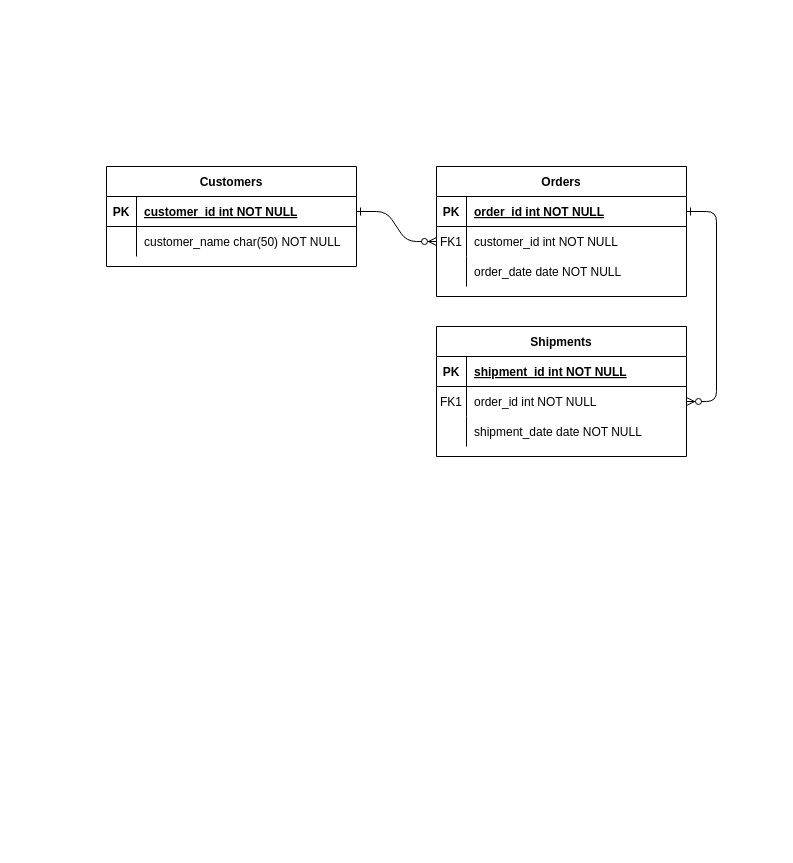
The draw.io diagram Untitled Diagram.drawio in aqilanwar/kindergarten, before the edit. Source tidied: cells renumbered, new cells numbered last; positions are measured from the earlier drawing's top-left corner, leaving out a move shared by most shapes. Both pictures are drawn from the tidied source at 100%, with x=0, y=0 at pixel (106, 166).
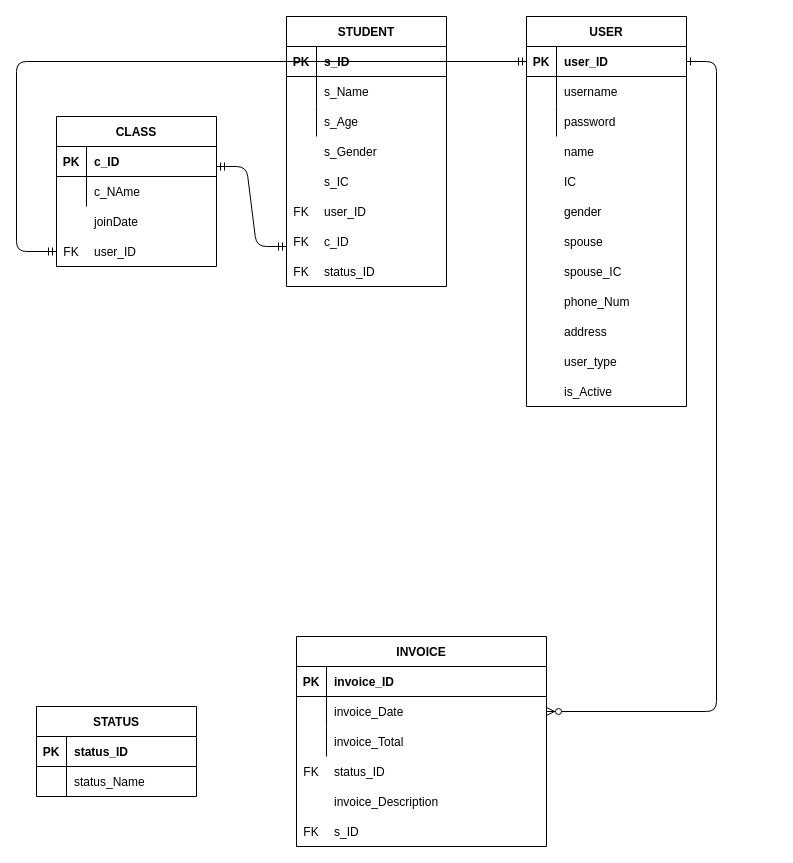
After the change.

The change refers to these unchanged cells:
```xml
<mxCell id="15" style="shape=partialRectangle;fillColor=none;top=0;left=0;right=0;bottom=1;" parent="14" vertex="1">
  <mxGeometry y="30" width="250" height="30" as="geometry" />
</mxCell>
<mxCell id="18" style="shape=partialRectangle;fillColor=none;points=[[0,0.5],[1,0.5]];portConstraint=eastwest;top=0;left=0;right=0;bottom=0;" parent="14" vertex="1">
  <mxGeometry y="60" width="250" height="30" as="geometry" />
</mxCell>
<mxCell id="21" style="shape=partialRectangle;fillColor=none;top=0;left=0;right=0;bottom=0;" parent="14" vertex="1">
  <mxGeometry y="90" width="250" height="30" as="geometry" />
</mxCell>
```

The edit, as a diff of the source:
```diff
@@
-    <mxCell id="2" style="edgeStyle=entityRelationEdgeStyle;endArrow=ERzeroToMany;startArrow=ERone;endFill=1;startFill=0;" parent="1" edge="1" source="25" target="8">
-      <mxGeometry relative="1" as="geometry" />
-    </mxCell>
@@
-    <mxCell id="4" value="Orders" style="shape=table;startSize=30;childLayout=tableLayout;rowLines=0;fontStyle=1;align=center;" parent="1" vertex="1">
-      <mxGeometry x="330" width="250" height="130" as="geometry" />
+    <mxCell id="4" value="USER" style="shape=table;startSize=30;childLayout=tableLayout;rowLines=0;fontStyle=1;align=center;" parent="1" vertex="1">
+      <mxGeometry x="420" y="-150" width="160" height="390" as="geometry" />
     </mxCell>
     <mxCell id="5" style="shape=partialRectangle;fillColor=none;points=[[0,0.5],[1,0.5]];portConstraint=eastwest;top=0;left=0;right=0;bottom=1;" parent="4" vertex="1">
-      <mxGeometry y="30" width="250" height="30" as="geometry" />
+      <mxGeometry y="30" width="160" height="30" as="geometry" />
     </mxCell>
@@
-    <mxCell id="7" value="order_id int NOT NULL " style="shape=partialRectangle;overflow=hidden;fillColor=none;top=0;left=0;bottom=0;right=0;align=left;spacingLeft=6;fontStyle=5;" parent="5" vertex="1">
-      <mxGeometry x="30" width="220" height="30" as="geometry" />
+    <mxCell id="7" value="user_ID" style="shape=partialRectangle;overflow=hidden;fillColor=none;top=0;left=0;bottom=0;right=0;align=left;spacingLeft=6;fontStyle=1;" parent="5" vertex="1">
+      <mxGeometry x="30" width="130" height="30" as="geometry" />
     </mxCell>
     <mxCell id="8" style="shape=partialRectangle;fillColor=none;points=[[0,0.5],[1,0.5]];portConstraint=eastwest;top=0;left=0;right=0;bottom=0;" parent="4" vertex="1">
-      <mxGeometry y="60" width="250" height="30" as="geometry" />
+      <mxGeometry y="60" width="160" height="30" as="geometry" />
     </mxCell>
-    <mxCell id="9" value="FK1" style="shape=partialRectangle;overflow=hidden;fillColor=none;top=0;left=0;bottom=0;right=0;" parent="8" vertex="1">
+    <mxCell id="9" style="shape=partialRectangle;overflow=hidden;fillColor=none;top=0;left=0;bottom=0;right=0;" parent="8" vertex="1">
       <mxGeometry width="30" height="30" as="geometry" />
     </mxCell>
-    <mxCell id="10" value="customer_id int NOT NULL" style="shape=partialRectangle;overflow=hidden;fillColor=none;top=0;left=0;bottom=0;right=0;align=left;spacingLeft=6;" parent="8" vertex="1">
-      <mxGeometry x="30" width="220" height="30" as="geometry" />
+    <mxCell id="10" value="username" style="shape=partialRectangle;overflow=hidden;fillColor=none;top=0;left=0;bottom=0;right=0;align=left;spacingLeft=6;" parent="8" vertex="1">
+      <mxGeometry x="30" width="130" height="30" as="geometry" />
     </mxCell>
     <mxCell id="11" style="shape=partialRectangle;fillColor=none;top=0;left=0;right=0;bottom=0;" parent="4" vertex="1">
-      <mxGeometry y="90" width="250" height="30" as="geometry" />
+      <mxGeometry y="90" width="160" height="30" as="geometry" />
     </mxCell>
@@
-    <mxCell id="13" value="order_date date NOT NULL" style="shape=partialRectangle;overflow=hidden;fillColor=none;top=0;left=0;bottom=0;right=0;align=left;spacingLeft=6;" parent="11" vertex="1">
-      <mxGeometry x="30" width="220" height="30" as="geometry" />
+    <mxCell id="13" value="password" style="shape=partialRectangle;overflow=hidden;fillColor=none;top=0;left=0;bottom=0;right=0;align=left;spacingLeft=6;" parent="11" vertex="1">
+      <mxGeometry x="30" width="130" height="30" as="geometry" />
     </mxCell>
-    <mxCell id="14" value="Shipments" style="shape=table;startSize=30;childLayout=tableLayout;rowLines=0;fontStyle=1;align=center;" parent="1" vertex="1">
-      <mxGeometry x="330" y="160" width="250" height="130" as="geometry" />
+    <mxCell id="14" value="INVOICE" style="shape=table;startSize=30;childLayout=tableLayout;rowLines=0;fontStyle=1;align=center;" parent="1" vertex="1">
+      <mxGeometry x="190" y="470" width="250" height="210" as="geometry" />
     </mxCell>
@@
-    <mxCell id="17" value="shipment_id int NOT NULL " style="shape=partialRectangle;overflow=hidden;fillColor=none;top=0;left=0;bottom=0;right=0;align=left;spacingLeft=6;fontStyle=5;" parent="15" vertex="1">
+    <mxCell id="17" value="invoice_ID" style="shape=partialRectangle;overflow=hidden;fillColor=none;top=0;left=0;bottom=0;right=0;align=left;spacingLeft=6;fontStyle=1;" parent="15" vertex="1">
       <mxGeometry x="30" width="220" height="30" as="geometry" />
     </mxCell>
@@
-    <mxCell id="19" value="FK1" style="shape=partialRectangle;overflow=hidden;fillColor=none;top=0;left=0;bottom=0;right=0;" parent="18" vertex="1">
+    <mxCell id="19" style="shape=partialRectangle;overflow=hidden;fillColor=none;top=0;left=0;bottom=0;right=0;" parent="18" vertex="1">
       <mxGeometry width="30" height="30" as="geometry" />
     </mxCell>
-    <mxCell id="20" value="order_id int NOT NULL" style="shape=partialRectangle;overflow=hidden;fillColor=none;top=0;left=0;bottom=0;right=0;align=left;spacingLeft=6;" parent="18" vertex="1">
+    <mxCell id="20" value="invoice_Date" style="shape=partialRectangle;overflow=hidden;fillColor=none;top=0;left=0;bottom=0;right=0;align=left;spacingLeft=6;" parent="18" vertex="1">
       <mxGeometry x="30" width="220" height="30" as="geometry" />
     </mxCell>
@@
-    <mxCell id="23" value="shipment_date date NOT NULL" style="shape=partialRectangle;overflow=hidden;fillColor=none;top=0;left=0;bottom=0;right=0;align=left;spacingLeft=6;" parent="21" vertex="1">
+    <mxCell id="23" value="invoice_Total" style="shape=partialRectangle;overflow=hidden;fillColor=none;top=0;left=0;bottom=0;right=0;align=left;spacingLeft=6;" parent="21" vertex="1">
       <mxGeometry x="30" width="220" height="30" as="geometry" />
     </mxCell>
-    <mxCell id="24" value="Customers" style="shape=table;startSize=30;childLayout=tableLayout;rowLines=0;fontStyle=1;align=center;" parent="1" vertex="1">
-      <mxGeometry width="250" height="100" as="geometry" />
+    <mxCell id="24" value="CLASS" style="shape=table;startSize=30;childLayout=tableLayout;rowLines=0;fontStyle=1;align=center;" parent="1" vertex="1">
+      <mxGeometry x="-50" y="-50" width="160" height="150" as="geometry" />
     </mxCell>
     <mxCell id="25" style="shape=partialRectangle;fillColor=none;points=[[0,0.5],[1,0.5]];portConstraint=eastwest;top=0;left=0;right=0;bottom=1;" parent="24" vertex="1">
-      <mxGeometry y="30" width="250" height="30" as="geometry" />
+      <mxGeometry y="30" width="160" height="30" as="geometry" />
     </mxCell>
@@
-    <mxCell id="27" value="customer_id int NOT NULL " style="shape=partialRectangle;overflow=hidden;fillColor=none;top=0;left=0;bottom=0;right=0;align=left;spacingLeft=6;fontStyle=5;" parent="25" vertex="1">
-      <mxGeometry x="30" width="220" height="30" as="geometry" />
+    <mxCell id="27" value="c_ID" style="shape=partialRectangle;overflow=hidden;fillColor=none;top=0;left=0;bottom=0;right=0;align=left;spacingLeft=6;fontStyle=1;" parent="25" vertex="1">
+      <mxGeometry x="30" width="130" height="30" as="geometry" />
     </mxCell>
     <mxCell id="28" style="shape=partialRectangle;fillColor=none;top=0;left=0;right=0;bottom=0;" parent="24" vertex="1">
-      <mxGeometry y="60" width="250" height="30" as="geometry" />
+      <mxGeometry y="60" width="160" height="30" as="geometry" />
     </mxCell>
@@
-    <mxCell id="30" value="customer_name char(50) NOT NULL" style="shape=partialRectangle;overflow=hidden;fillColor=none;top=0;left=0;bottom=0;right=0;align=left;spacingLeft=6;" parent="28" vertex="1">
-      <mxGeometry x="30" width="220" height="30" as="geometry" />
+    <mxCell id="30" value="c_NAme" style="shape=partialRectangle;overflow=hidden;fillColor=none;top=0;left=0;bottom=0;right=0;align=left;spacingLeft=6;" parent="28" vertex="1">
+      <mxGeometry x="30" width="130" height="30" as="geometry" />
     </mxCell>
+    <mxCell id="31" value="joinDate" style="shape=partialRectangle;overflow=hidden;fillColor=none;top=0;left=0;bottom=0;right=0;align=left;spacingLeft=6;" parent="1" vertex="1">
+      <mxGeometry x="-20" y="40" width="220" height="30" as="geometry" />
+    </mxCell>
+    <mxCell id="32" value="user_ID" style="shape=partialRectangle;overflow=hidden;fillColor=none;top=0;left=0;bottom=0;right=0;align=left;spacingLeft=6;" parent="1" vertex="1">
+      <mxGeometry x="-20" y="70" width="220" height="30" as="geometry" />
+    </mxCell>
+    <mxCell id="33" value="FK" style="shape=partialRectangle;overflow=hidden;fillColor=none;top=0;left=0;bottom=0;right=0;fontStyle=0;" parent="1" vertex="1">
+      <mxGeometry x="-50" y="70" width="30" height="30" as="geometry" />
+    </mxCell>
+    <mxCell id="34" value="name" style="shape=partialRectangle;overflow=hidden;fillColor=none;top=0;left=0;bottom=0;right=0;align=left;spacingLeft=6;" parent="1" vertex="1">
+      <mxGeometry x="450" y="-30" width="220" height="30" as="geometry" />
+    </mxCell>
+    <mxCell id="35" value="IC" style="shape=partialRectangle;overflow=hidden;fillColor=none;top=0;left=0;bottom=0;right=0;align=left;spacingLeft=6;" parent="1" vertex="1">
+      <mxGeometry x="450" width="220" height="30" as="geometry" />
+    </mxCell>
+    <mxCell id="36" value="gender" style="shape=partialRectangle;overflow=hidden;fillColor=none;top=0;left=0;bottom=0;right=0;align=left;spacingLeft=6;" parent="1" vertex="1">
+      <mxGeometry x="450" y="30" width="220" height="30" as="geometry" />
+    </mxCell>
+    <mxCell id="37" value="spouse" style="shape=partialRectangle;overflow=hidden;fillColor=none;top=0;left=0;bottom=0;right=0;align=left;spacingLeft=6;" parent="1" vertex="1">
+      <mxGeometry x="450" y="60" width="220" height="30" as="geometry" />
+    </mxCell>
+    <mxCell id="38" value="spouse_IC" style="shape=partialRectangle;overflow=hidden;fillColor=none;top=0;left=0;bottom=0;right=0;align=left;spacingLeft=6;" parent="1" vertex="1">
+      <mxGeometry x="450" y="90" width="220" height="30" as="geometry" />
+    </mxCell>
+    <mxCell id="39" value="phone_Num" style="shape=partialRectangle;overflow=hidden;fillColor=none;top=0;left=0;bottom=0;right=0;align=left;spacingLeft=6;" parent="1" vertex="1">
+      <mxGeometry x="450" y="120" width="220" height="30" as="geometry" />
+    </mxCell>
+    <mxCell id="40" value="address" style="shape=partialRectangle;overflow=hidden;fillColor=none;top=0;left=0;bottom=0;right=0;align=left;spacingLeft=6;" parent="1" vertex="1">
+      <mxGeometry x="450" y="150" width="220" height="30" as="geometry" />
+    </mxCell>
+    <mxCell id="41" value="user_type" style="shape=partialRectangle;overflow=hidden;fillColor=none;top=0;left=0;bottom=0;right=0;align=left;spacingLeft=6;" parent="1" vertex="1">
+      <mxGeometry x="450" y="180" width="220" height="30" as="geometry" />
+    </mxCell>
+    <mxCell id="42" value="is_Active" style="shape=partialRectangle;overflow=hidden;fillColor=none;top=0;left=0;bottom=0;right=0;align=left;spacingLeft=6;" parent="1" vertex="1">
+      <mxGeometry x="450" y="210" width="220" height="30" as="geometry" />
+    </mxCell>
+    <mxCell id="43" style="shape=partialRectangle;fillColor=none;top=0;left=0;right=0;bottom=0;" parent="1" vertex="1">
+      <mxGeometry x="190" y="590" width="250" height="30" as="geometry" />
+    </mxCell>
+    <mxCell id="44" style="shape=partialRectangle;overflow=hidden;fillColor=none;top=0;left=0;bottom=0;right=0;" parent="43" vertex="1">
+      <mxGeometry width="30" height="30" as="geometry" />
+    </mxCell>
+    <mxCell id="45" value="status_ID" style="shape=partialRectangle;overflow=hidden;fillColor=none;top=0;left=0;bottom=0;right=0;align=left;spacingLeft=6;" parent="43" vertex="1">
+      <mxGeometry x="30" width="220" height="30" as="geometry" />
+    </mxCell>
+    <mxCell id="46" style="shape=partialRectangle;fillColor=none;top=0;left=0;right=0;bottom=0;" parent="1" vertex="1">
+      <mxGeometry x="190" y="620" width="250" height="30" as="geometry" />
+    </mxCell>
+    <mxCell id="47" style="shape=partialRectangle;overflow=hidden;fillColor=none;top=0;left=0;bottom=0;right=0;" parent="46" vertex="1">
+      <mxGeometry width="30" height="30" as="geometry" />
+    </mxCell>
+    <mxCell id="48" value="invoice_Description" style="shape=partialRectangle;overflow=hidden;fillColor=none;top=0;left=0;bottom=0;right=0;align=left;spacingLeft=6;" parent="46" vertex="1">
+      <mxGeometry x="30" width="220" height="30" as="geometry" />
+    </mxCell>
+    <mxCell id="49" style="shape=partialRectangle;fillColor=none;top=0;left=0;right=0;bottom=0;" parent="1" vertex="1">
+      <mxGeometry x="190" y="650" width="250" height="30" as="geometry" />
+    </mxCell>
+    <mxCell id="50" style="shape=partialRectangle;overflow=hidden;fillColor=none;top=0;left=0;bottom=0;right=0;" parent="49" vertex="1">
+      <mxGeometry width="30" height="30" as="geometry" />
+    </mxCell>
+    <mxCell id="51" value="s_ID" style="shape=partialRectangle;overflow=hidden;fillColor=none;top=0;left=0;bottom=0;right=0;align=left;spacingLeft=6;" parent="49" vertex="1">
+      <mxGeometry x="30" width="220" height="30" as="geometry" />
+    </mxCell>
+    <mxCell id="52" value="FK" style="shape=partialRectangle;overflow=hidden;fillColor=none;top=0;left=0;bottom=0;right=0;" parent="1" vertex="1">
+      <mxGeometry x="190" y="650" width="30" height="30" as="geometry" />
+    </mxCell>
+    <mxCell id="53" value="FK" style="shape=partialRectangle;overflow=hidden;fillColor=none;top=0;left=0;bottom=0;right=0;" parent="1" vertex="1">
+      <mxGeometry x="190" y="590" width="30" height="30" as="geometry" />
+    </mxCell>
+    <mxCell id="54" value="STUDENT" style="shape=table;startSize=30;childLayout=tableLayout;rowLines=0;fontStyle=1;align=center;" parent="1" vertex="1">
+      <mxGeometry x="180" y="-150" width="160" height="270" as="geometry" />
+    </mxCell>
+    <mxCell id="55" style="shape=partialRectangle;fillColor=none;top=0;left=0;right=0;bottom=1;" parent="54" vertex="1">
+      <mxGeometry y="30" width="160" height="30" as="geometry" />
+    </mxCell>
+    <mxCell id="56" value="PK" style="shape=partialRectangle;overflow=hidden;fillColor=none;top=0;left=0;bottom=0;right=0;fontStyle=1;" parent="55" vertex="1">
+      <mxGeometry width="30" height="30" as="geometry" />
+    </mxCell>
+    <mxCell id="57" value="s_ID" style="shape=partialRectangle;overflow=hidden;fillColor=none;top=0;left=0;bottom=0;right=0;align=left;spacingLeft=6;fontStyle=1;" parent="55" vertex="1">
+      <mxGeometry x="30" width="130" height="30" as="geometry" />
+    </mxCell>
+    <mxCell id="58" style="shape=partialRectangle;fillColor=none;top=0;left=0;right=0;bottom=0;" parent="54" vertex="1">
+      <mxGeometry y="60" width="160" height="30" as="geometry" />
+    </mxCell>
+    <mxCell id="59" style="shape=partialRectangle;overflow=hidden;fillColor=none;top=0;left=0;bottom=0;right=0;" parent="58" vertex="1">
+      <mxGeometry width="30" height="30" as="geometry" />
+    </mxCell>
+    <mxCell id="60" value="s_Name" style="shape=partialRectangle;overflow=hidden;fillColor=none;top=0;left=0;bottom=0;right=0;align=left;spacingLeft=6;" parent="58" vertex="1">
+      <mxGeometry x="30" width="130" height="30" as="geometry" />
+    </mxCell>
+    <mxCell id="61" style="shape=partialRectangle;fillColor=none;top=0;left=0;right=0;bottom=0;" parent="54" vertex="1">
+      <mxGeometry y="90" width="160" height="30" as="geometry" />
+    </mxCell>
+    <mxCell id="62" style="shape=partialRectangle;overflow=hidden;fillColor=none;top=0;left=0;bottom=0;right=0;" parent="61" vertex="1">
+      <mxGeometry width="30" height="30" as="geometry" />
+    </mxCell>
+    <mxCell id="63" value="s_Age" style="shape=partialRectangle;overflow=hidden;fillColor=none;top=0;left=0;bottom=0;right=0;align=left;spacingLeft=6;" parent="61" vertex="1">
+      <mxGeometry x="30" width="130" height="30" as="geometry" />
+    </mxCell>
+    <mxCell id="64" value="s_Gender" style="shape=partialRectangle;overflow=hidden;fillColor=none;top=0;left=0;bottom=0;right=0;align=left;spacingLeft=6;" parent="1" vertex="1">
+      <mxGeometry x="210" y="-30" width="130" height="30" as="geometry" />
+    </mxCell>
+    <mxCell id="65" value="s_IC" style="shape=partialRectangle;overflow=hidden;fillColor=none;top=0;left=0;bottom=0;right=0;align=left;spacingLeft=6;" parent="1" vertex="1">
+      <mxGeometry x="210" width="130" height="30" as="geometry" />
+    </mxCell>
+    <mxCell id="66" value="user_ID" style="shape=partialRectangle;overflow=hidden;fillColor=none;top=0;left=0;bottom=0;right=0;align=left;spacingLeft=6;" parent="1" vertex="1">
+      <mxGeometry x="210" y="30" width="220" height="30" as="geometry" />
+    </mxCell>
+    <mxCell id="67" value="c_ID" style="shape=partialRectangle;overflow=hidden;fillColor=none;top=0;left=0;bottom=0;right=0;align=left;spacingLeft=6;" parent="1" vertex="1">
+      <mxGeometry x="210" y="60" width="220" height="30" as="geometry" />
+    </mxCell>
+    <mxCell id="68" value="status_ID" style="shape=partialRectangle;overflow=hidden;fillColor=none;top=0;left=0;bottom=0;right=0;align=left;spacingLeft=6;" parent="1" vertex="1">
+      <mxGeometry x="210" y="90" width="220" height="30" as="geometry" />
+    </mxCell>
+    <mxCell id="69" value="FK" style="shape=partialRectangle;overflow=hidden;fillColor=none;top=0;left=0;bottom=0;right=0;" parent="1" vertex="1">
+      <mxGeometry x="180" y="90" width="30" height="30" as="geometry" />
+    </mxCell>
+    <mxCell id="70" value="FK" style="shape=partialRectangle;overflow=hidden;fillColor=none;top=0;left=0;bottom=0;right=0;" parent="1" vertex="1">
+      <mxGeometry x="180" y="30" width="30" height="30" as="geometry" />
+    </mxCell>
+    <mxCell id="71" value="FK" style="shape=partialRectangle;overflow=hidden;fillColor=none;top=0;left=0;bottom=0;right=0;" parent="1" vertex="1">
+      <mxGeometry x="180" y="60" width="30" height="30" as="geometry" />
+    </mxCell>
+    <mxCell id="72" value="STATUS" style="shape=table;startSize=30;childLayout=tableLayout;rowLines=0;fontStyle=1;align=center;" parent="1" vertex="1">
+      <mxGeometry x="-70" y="540" width="160" height="90" as="geometry" />
+    </mxCell>
+    <mxCell id="73" style="shape=partialRectangle;fillColor=none;top=0;left=0;right=0;bottom=1;" parent="72" vertex="1">
+      <mxGeometry y="30" width="160" height="30" as="geometry" />
+    </mxCell>
+    <mxCell id="74" value="PK" style="shape=partialRectangle;overflow=hidden;fillColor=none;top=0;left=0;bottom=0;right=0;fontStyle=1;" parent="73" vertex="1">
+      <mxGeometry width="30" height="30" as="geometry" />
+    </mxCell>
+    <mxCell id="75" value="status_ID" style="shape=partialRectangle;overflow=hidden;fillColor=none;top=0;left=0;bottom=0;right=0;align=left;spacingLeft=6;fontStyle=1;" parent="73" vertex="1">
+      <mxGeometry x="30" width="130" height="30" as="geometry" />
+    </mxCell>
+    <mxCell id="76" style="shape=partialRectangle;fillColor=none;top=0;left=0;right=0;bottom=0;" parent="72" vertex="1">
+      <mxGeometry y="60" width="160" height="30" as="geometry" />
+    </mxCell>
+    <mxCell id="77" style="shape=partialRectangle;overflow=hidden;fillColor=none;top=0;left=0;bottom=0;right=0;" parent="76" vertex="1">
+      <mxGeometry width="30" height="30" as="geometry" />
+    </mxCell>
+    <mxCell id="78" value="status_Name" style="shape=partialRectangle;overflow=hidden;fillColor=none;top=0;left=0;bottom=0;right=0;align=left;spacingLeft=6;" parent="76" vertex="1">
+      <mxGeometry x="30" width="130" height="30" as="geometry" />
+    </mxCell>
+    <mxCell id="79" style="edgeStyle=entityRelationEdgeStyle;fontSize=12;html=1;endArrow=ERmandOne;startArrow=ERmandOne;" parent="1" edge="1">
+      <mxGeometry relative="1" as="geometry">
+        <mxPoint x="110" as="sourcePoint" />
+        <mxPoint x="180" y="80" as="targetPoint" />
+      </mxGeometry>
+    </mxCell>
+    <mxCell id="80" style="edgeStyle=elbowEdgeStyle;fontSize=12;html=1;endArrow=ERmandOne;startArrow=ERmandOne;exitX=0;exitY=0.5;exitDx=0;exitDy=0;" parent="1" edge="1" source="5">
+      <mxGeometry relative="1" as="geometry">
+        <mxPoint x="-50" y="85" as="targetPoint" />
+        <Array as="points">
+          <mxPoint x="-90" y="-100" />
+          <mxPoint x="-40" y="-70" />
+          <mxPoint x="-80" y="-140" />
+        </Array>
+      </mxGeometry>
+    </mxCell>
```
